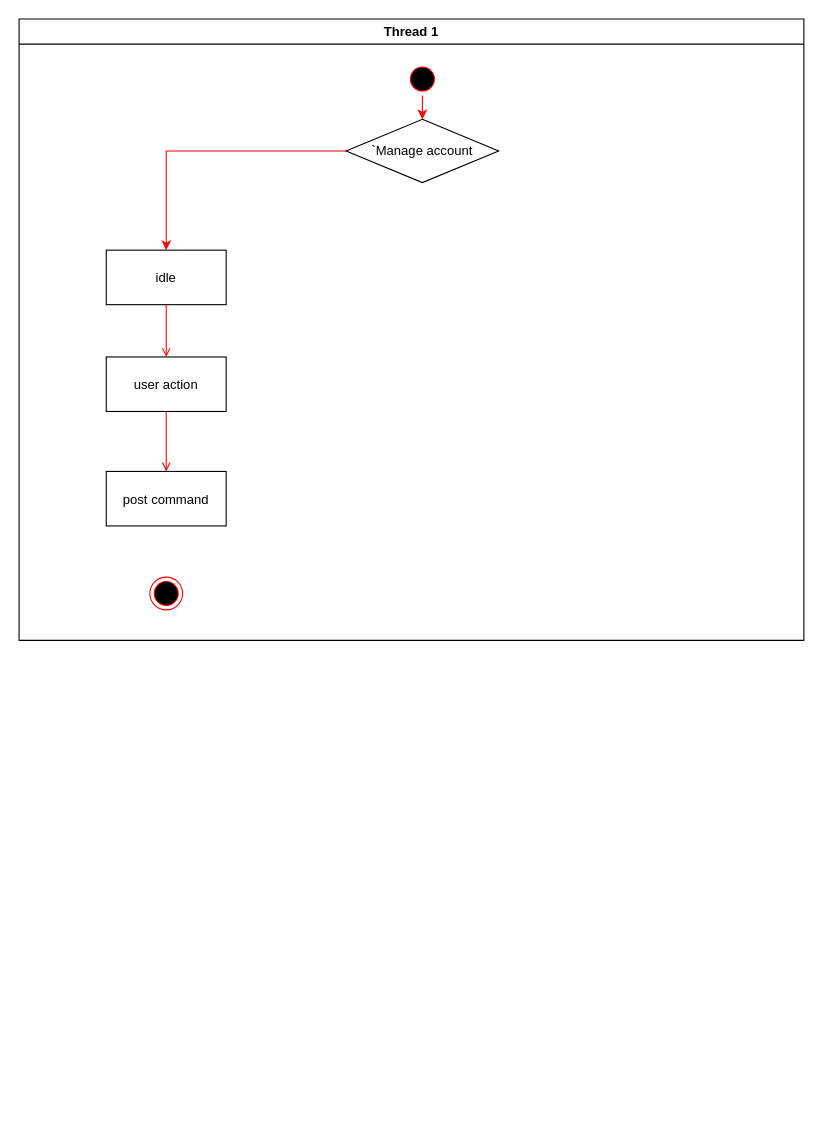
The draw.io diagram diagram/xml/gestion_de_compte.activity.drawio in colXavGig/FortisBankSystem, before the edit. Source tidied: cells renumbered, new cells numbered last; positions are measured from the earlier drawing's top-left corner, leaving out a move shared by most shapes. Both pictures are drawn from the tidied source at 109%, with x=0, y=0 at pixel (19, 19).
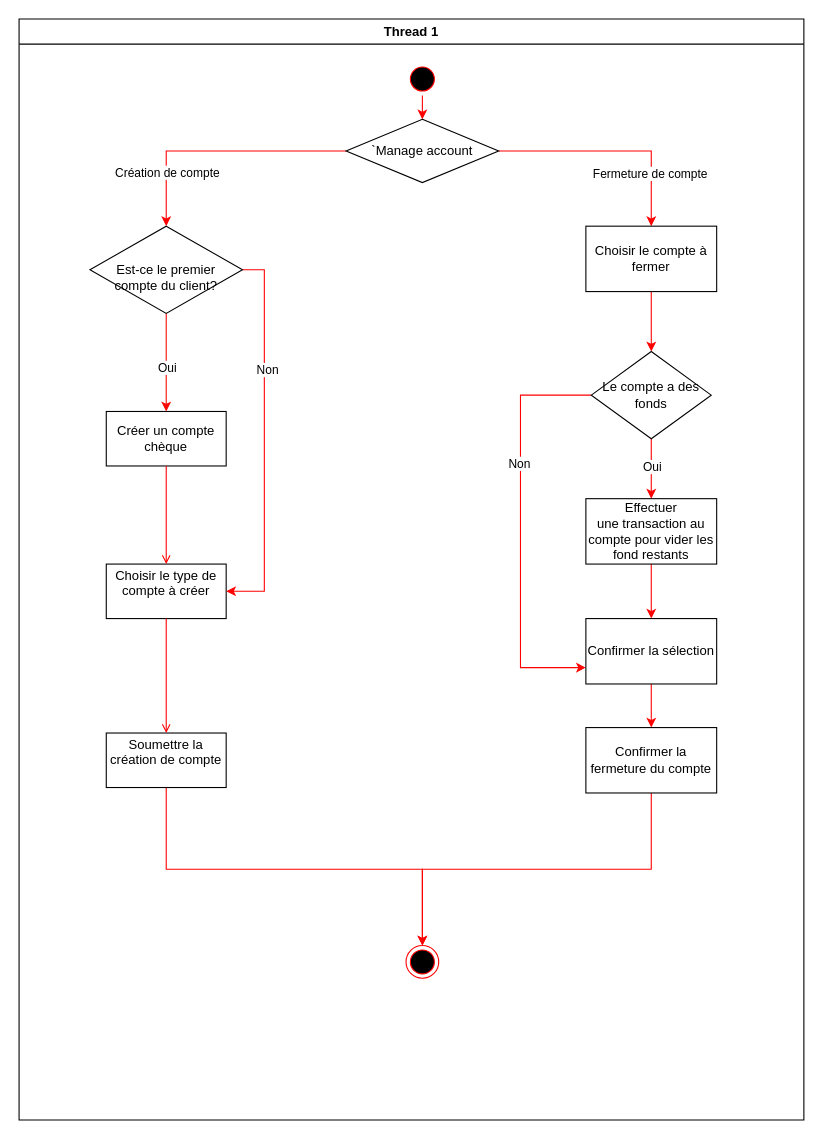
Above is the later version.

The change refers to these unchanged cells:
```xml
<mxCell id="12" value="`Manage account" style="rhombus;whiteSpace=wrap;html=1;" parent="2" vertex="1">
  <mxGeometry x="300" y="92" width="140" height="58" as="geometry" />
</mxCell>
```

Change to the diagram source:
```diff
@@
     <mxCell id="2" value="Thread 1" style="swimlane;whiteSpace=wrap;" parent="1" vertex="1">
-      <mxGeometry width="720" height="570" as="geometry" />
+      <mxGeometry width="720" height="1010" as="geometry" />
     </mxCell>
@@
-    <mxCell id="5" value="idle" parent="2" vertex="1">
-      <mxGeometry x="80" y="212" width="110" height="50" as="geometry" />
+    <mxCell id="5" value="Créer un compte chèque" style="whiteSpace=wrap;" parent="2" vertex="1">
+      <mxGeometry x="80" y="360" width="110" height="50" as="geometry" />
     </mxCell>
-    <mxCell id="6" value="user action" parent="2" vertex="1">
-      <mxGeometry x="80" y="310" width="110" height="50" as="geometry" />
+    <mxCell id="6" value="Choisir le type de compte à créer&#10;" style="whiteSpace=wrap;" parent="2" vertex="1">
+      <mxGeometry x="80" y="500" width="110" height="50" as="geometry" />
     </mxCell>
@@
+    <mxCell id="13" style="edgeStyle=orthogonalEdgeStyle;rounded=0;jettySize=auto;html=1;exitX=0.5;exitY=1;exitDx=0;exitDy=0;entryX=0.5;entryY=0;entryDx=0;entryDy=0;strokeColor=#FF0000;" parent="2" edge="1" source="8" target="10">
+      <mxGeometry relative="1" as="geometry">
+        <Array as="points">
+          <mxPoint x="135" y="780" />
+          <mxPoint x="370" y="780" />
+        </Array>
+      </mxGeometry>
+    </mxCell>
-    <mxCell id="8" value="post command" parent="2" vertex="1">
-      <mxGeometry x="80" y="415" width="110" height="50" as="geometry" />
+    <mxCell id="8" value="Soumettre la création de compte&#10;" style="whiteSpace=wrap;" parent="2" vertex="1">
+      <mxGeometry x="80" y="655" width="110" height="50" as="geometry" />
     </mxCell>
@@
     <mxCell id="10" style="ellipse;shape=endState;fillColor=#000000;strokeColor=#ff0000;" parent="2" vertex="1">
-      <mxGeometry x="120" y="512" width="30" height="30" as="geometry" />
+      <mxGeometry x="355" y="850" width="30" height="30" as="geometry" />
     </mxCell>
-    <mxCell id="11" style="edgeStyle=orthogonalEdgeStyle;rounded=0;jettySize=auto;html=1;exitX=0;exitY=0.5;exitDx=0;exitDy=0;strokeColor=#FF0000;" parent="2" edge="1" source="12" target="5">
+    <mxCell id="11" style="edgeStyle=orthogonalEdgeStyle;rounded=0;jettySize=auto;html=1;exitX=0;exitY=0.5;exitDx=0;exitDy=0;strokeColor=#FF0000;entryX=0.5;entryY=0;entryDx=0;entryDy=0;" parent="2" edge="1" source="12" target="21">
       <mxGeometry relative="1" as="geometry" />
     </mxCell>
+    <mxCell id="14" value="Création de co&lt;span style=&quot;background-color: light-dark(#ffffff, var(--ge-dark-color, #121212)); color: light-dark(rgb(0, 0, 0), rgb(255, 255, 255));&quot;&gt;mpte&lt;/span&gt;" style="edgeLabel;html=1;align=center;verticalAlign=middle;" parent="11" vertex="1">
+      <mxGeometry x="0.54" y="1" relative="1" as="geometry">
+        <mxPoint x="-1" y="4" as="offset" />
+      </mxGeometry>
+    </mxCell>
+    <mxCell id="15" style="edgeStyle=orthogonalEdgeStyle;rounded=0;jettySize=auto;html=1;exitX=1;exitY=0.5;exitDx=0;exitDy=0;strokeColor=#FF0000;" parent="2" edge="1" source="12" target="23">
+      <mxGeometry relative="1" as="geometry" />
+    </mxCell>
+    <mxCell id="16" value="Fermeture de compte" style="edgeLabel;html=1;align=center;verticalAlign=middle;" parent="15" vertex="1">
+      <mxGeometry x="0.53" y="-2" relative="1" as="geometry" />
+    </mxCell>
@@
+    <mxCell id="17" style="edgeStyle=orthogonalEdgeStyle;rounded=0;jettySize=auto;html=1;exitX=0.5;exitY=1;exitDx=0;exitDy=0;entryX=0.5;entryY=0;entryDx=0;entryDy=0;fillColor=#f8cecc;strokeColor=light-dark(#f50800, #d7817e);gradientColor=#ea6b66;" parent="2" edge="1" source="21" target="5">
+      <mxGeometry relative="1" as="geometry" />
+    </mxCell>
+    <mxCell id="18" value="Oui" style="edgeLabel;html=1;align=center;verticalAlign=middle;" parent="17" vertex="1">
+      <mxGeometry x="0.08" relative="1" as="geometry" />
+    </mxCell>
+    <mxCell id="19" style="edgeStyle=orthogonalEdgeStyle;rounded=0;jettySize=auto;html=1;exitX=1;exitY=0.5;exitDx=0;exitDy=0;entryX=1;entryY=0.5;entryDx=0;entryDy=0;fontColor=#FF0000;strokeColor=#FF0000;" parent="2" edge="1" source="21" target="6">
+      <mxGeometry relative="1" as="geometry" />
+    </mxCell>
+    <mxCell id="20" value="Non" style="edgeLabel;html=1;align=center;verticalAlign=middle;" parent="19" vertex="1">
+      <mxGeometry x="-0.52" y="2" relative="1" as="geometry">
+        <mxPoint y="27" as="offset" />
+      </mxGeometry>
+    </mxCell>
+    <mxCell id="21" value="&lt;br&gt;Est-ce le premier compte du client?" style="rhombus;whiteSpace=wrap;html=1;spacing=7;" parent="2" vertex="1">
+      <mxGeometry x="65" y="190" width="140" height="80" as="geometry" />
+    </mxCell>
+    <mxCell id="22" style="edgeStyle=orthogonalEdgeStyle;rounded=0;jettySize=auto;html=1;exitX=0.5;exitY=1;exitDx=0;exitDy=0;entryX=0.5;entryY=0;entryDx=0;entryDy=0;strokeColor=#FF0000;" parent="2" edge="1" source="23" target="29">
+      <mxGeometry relative="1" as="geometry" />
+    </mxCell>
+    <mxCell id="23" value="Choisir le compte à fermer" style="rounded=0;whiteSpace=wrap;html=1;" parent="2" vertex="1">
+      <mxGeometry x="520" y="190" width="120" height="60" as="geometry" />
+    </mxCell>
+    <mxCell id="24" style="edgeStyle=orthogonalEdgeStyle;rounded=0;jettySize=auto;html=1;strokeColor=#FF0000;" parent="2" edge="1" source="29" target="31">
+      <mxGeometry relative="1" as="geometry" />
+    </mxCell>
+    <mxCell id="25" value="Oui" style="edgeLabel;html=1;align=center;verticalAlign=middle;" parent="24" vertex="1">
+      <mxGeometry x="-0.53" relative="1" as="geometry">
+        <mxPoint y="12" as="offset" />
+      </mxGeometry>
+    </mxCell>
+    <mxCell id="26" value="&lt;div&gt;&lt;br&gt;&lt;/div&gt;&lt;div&gt;&lt;br&gt;&lt;/div&gt;" style="edgeLabel;html=1;align=center;verticalAlign=middle;" parent="24" vertex="1">
+      <mxGeometry x="-0.45" y="6" relative="1" as="geometry" />
+    </mxCell>
+    <mxCell id="27" style="edgeStyle=orthogonalEdgeStyle;rounded=0;jettySize=auto;html=1;exitX=0;exitY=0.5;exitDx=0;exitDy=0;entryX=0;entryY=0.75;entryDx=0;entryDy=0;strokeColor=#FF0000;" parent="2" edge="1" source="29" target="33">
+      <mxGeometry relative="1" as="geometry">
+        <Array as="points">
+          <mxPoint x="460" y="345" />
+          <mxPoint x="460" y="595" />
+        </Array>
+      </mxGeometry>
+    </mxCell>
+    <mxCell id="28" value="Non" style="edgeLabel;html=1;align=center;verticalAlign=middle;" parent="27" vertex="1">
+      <mxGeometry x="-0.32" y="-2" relative="1" as="geometry" />
+    </mxCell>
+    <mxCell id="29" value="Le compte a des fonds" style="rhombus;whiteSpace=wrap;html=1;" parent="2" vertex="1">
+      <mxGeometry x="525" y="305" width="110" height="80" as="geometry" />
+    </mxCell>
+    <mxCell id="30" style="edgeStyle=orthogonalEdgeStyle;rounded=0;jettySize=auto;html=1;strokeColor=#FF0000;" parent="2" edge="1" source="31" target="33">
+      <mxGeometry relative="1" as="geometry" />
+    </mxCell>
+    <mxCell id="31" value="Effectuer&lt;div&gt;une transaction au compte pour vider les fond restants&lt;/div&gt;" style="whiteSpace=wrap;html=1;" parent="2" vertex="1">
+      <mxGeometry x="520" y="440" width="120" height="60" as="geometry" />
+    </mxCell>
+    <mxCell id="32" style="edgeStyle=orthogonalEdgeStyle;rounded=0;jettySize=auto;html=1;strokeColor=#FF0000;" parent="2" edge="1" source="33" target="35">
+      <mxGeometry relative="1" as="geometry" />
+    </mxCell>
+    <mxCell id="33" value="Confirmer la sélection" style="whiteSpace=wrap;html=1;" parent="2" vertex="1">
+      <mxGeometry x="520" y="550" width="120" height="60" as="geometry" />
+    </mxCell>
+    <mxCell id="34" style="edgeStyle=orthogonalEdgeStyle;rounded=0;jettySize=auto;html=1;exitX=0.5;exitY=1;exitDx=0;exitDy=0;entryX=0.5;entryY=0;entryDx=0;entryDy=0;strokeColor=#FF0000;" parent="2" edge="1" source="35" target="10">
+      <mxGeometry relative="1" as="geometry" />
+    </mxCell>
+    <mxCell id="35" value="Confirmer la fermeture du compte" style="whiteSpace=wrap;html=1;" parent="2" vertex="1">
+      <mxGeometry x="520" y="650" width="120" height="60" as="geometry" />
+    </mxCell>
```
